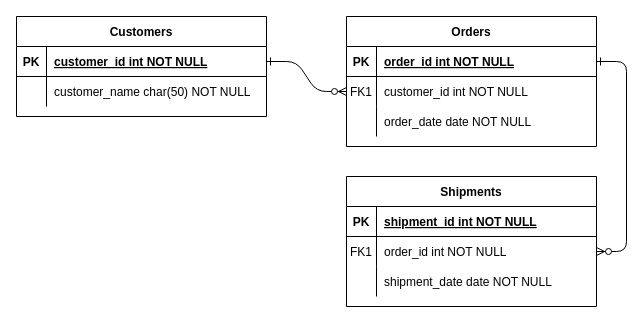
This is Untitled Diagram.drawio from dali012/Postgres_Docker, a draw.io file, before an edit. Source tidied: cells renumbered, new cells numbered last; positions are measured from the earlier drawing's top-left corner, leaving out a move shared by most shapes. Both pictures are drawn from the tidied source at 100%, with x=0, y=0 at pixel (16, 16).
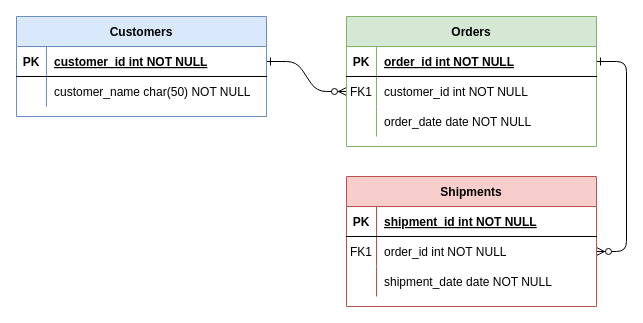
The same diagram, later.

The edit, as a diff of the source:
```diff
@@
-    <mxCell id="4" value="Orders" style="shape=table;startSize=30;childLayout=tableLayout;rowLines=0;fontStyle=1;align=center;" parent="1" vertex="1">
+    <mxCell id="4" value="Orders" style="shape=table;startSize=30;childLayout=tableLayout;rowLines=0;fontStyle=1;align=center;fillColor=#d5e8d4;strokeColor=#82b366;" parent="1" vertex="1">
       <mxGeometry x="330" width="250" height="130" as="geometry" />
     </mxCell>
@@
-    <mxCell id="14" value="Shipments" style="shape=table;startSize=30;childLayout=tableLayout;rowLines=0;fontStyle=1;align=center;" parent="1" vertex="1">
+    <mxCell id="14" value="Shipments" style="shape=table;startSize=30;childLayout=tableLayout;rowLines=0;fontStyle=1;align=center;fillColor=#f8cecc;strokeColor=#b85450;" parent="1" vertex="1">
       <mxGeometry x="330" y="160" width="250" height="130" as="geometry" />
     </mxCell>
@@
-    <mxCell id="24" value="Customers" style="shape=table;startSize=30;childLayout=tableLayout;rowLines=0;fontStyle=1;align=center;" parent="1" vertex="1">
+    <mxCell id="24" value="Customers" style="shape=table;startSize=30;childLayout=tableLayout;rowLines=0;fontStyle=1;align=center;fillColor=#dae8fc;strokeColor=#6c8ebf;" parent="1" vertex="1">
       <mxGeometry width="250" height="100" as="geometry" />
     </mxCell>
```
